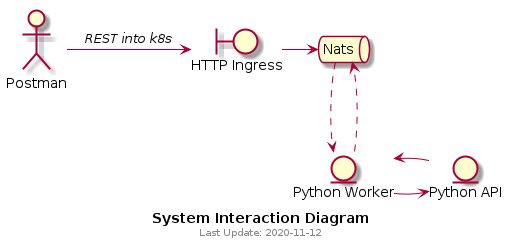
Above: diagrams/interactions.png in teedee22/microservices (PlantUML), before the change. The source it was exported from:
```plantuml
@startuml


caption <b>System Interaction Diagram</b>
footer  Last Update: 2020-11-12

actor postman as "Postman"
boundary http_ingress as "HTTP Ingress"
queue nats as "Nats"
entity python_worker as "Python Worker"
entity python_api as "Python API"

postman -> http_ingress : <i>REST into k8s</i>
http_ingress -> nats
python_worker ..> nats
nats ..> python_worker

python_worker -> python_api
python_api -> python_worker

@enduml
```
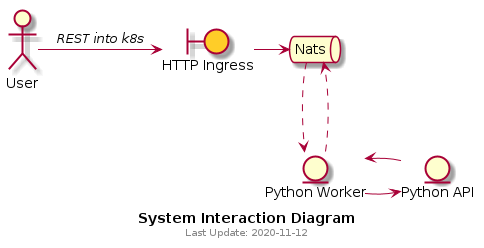
Above is the later version.

Diff of the diagram source:
```diff
@@ -4,13 +4,13 @@
 caption <b>System Interaction Diagram</b>
 footer  Last Update: 2020-11-12
 
-actor postman as "Postman"
-boundary http_ingress as "HTTP Ingress"
+actor user as "User"
+boundary http_ingress as "HTTP Ingress" #FFCD28
 queue nats as "Nats"
 entity python_worker as "Python Worker"
 entity python_api as "Python API"
 
-postman -> http_ingress : <i>REST into k8s</i>
+user -> http_ingress : <i>REST into k8s</i>
 http_ingress -> nats
 python_worker ..> nats
 nats ..> python_worker
```
